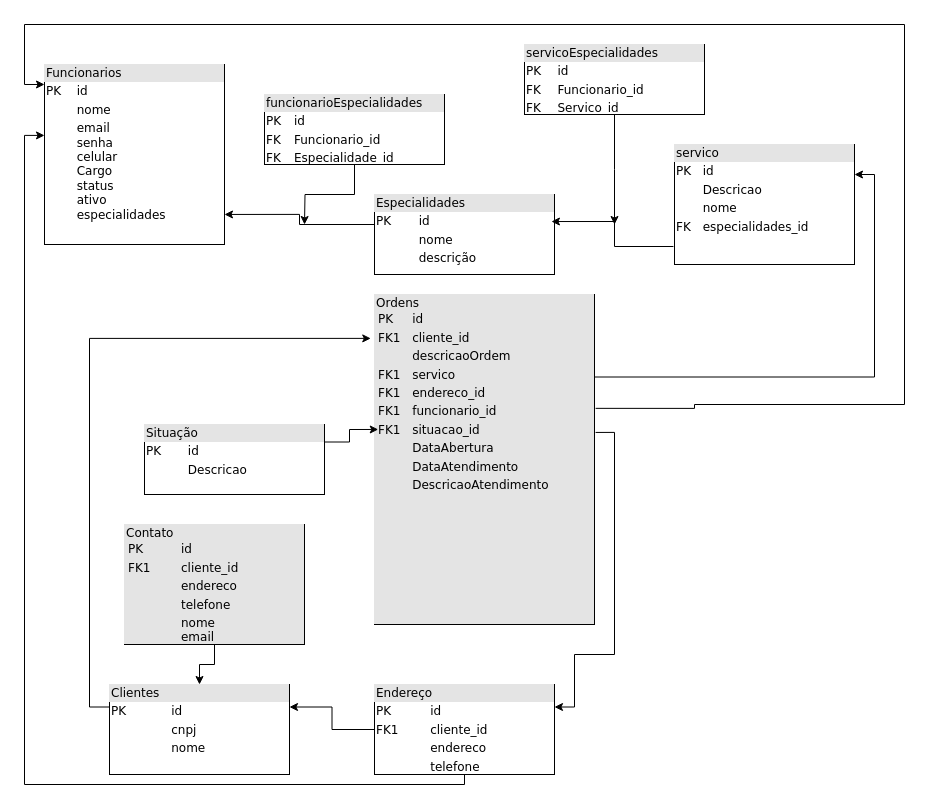
This is banco de dados.drawio from S-I-G-O-S/planejamento, a draw.io file, before an edit. Source tidied: cells renumbered, new cells numbered last; positions are measured from the earlier drawing's top-left corner, leaving out a move shared by most shapes. Both pictures are drawn from the tidied source at 100%, with x=0, y=0 at pixel (24, 24).
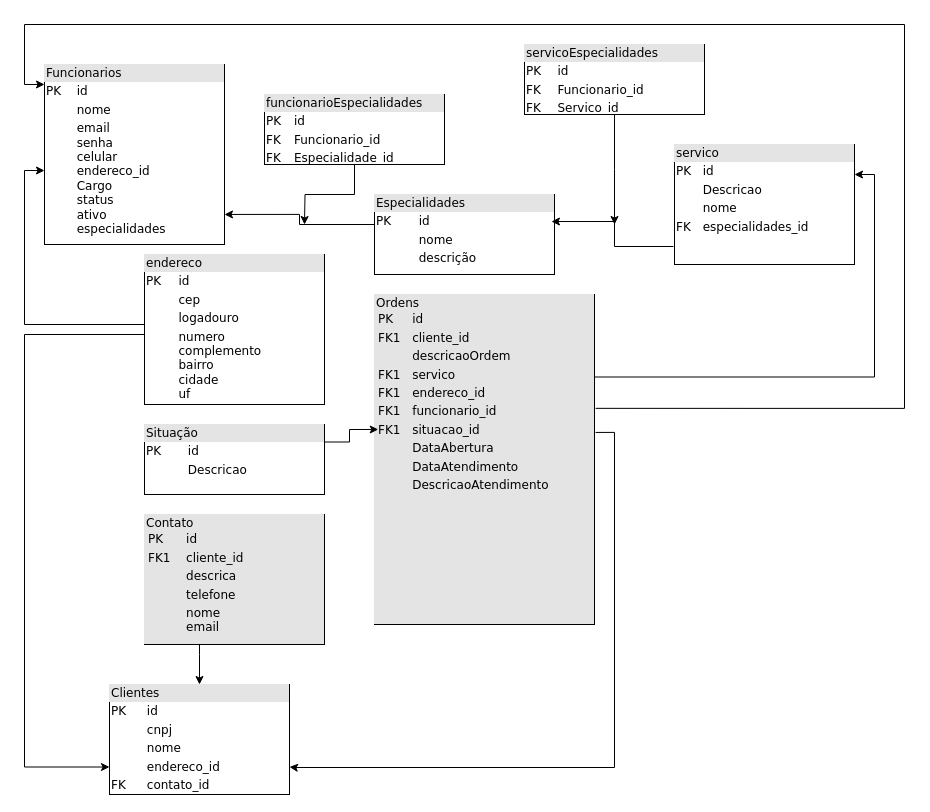
The same diagram, later.

Unchanged cells that the change refers to:
```xml
<mxCell id="7" value="&lt;div style=&quot;box-sizing: border-box ; width: 100% ; background: #e4e4e4 ; padding: 2px&quot;&gt;Ordens&lt;table style=&quot;background-color: initial; font-size: 1em; width: 100%;&quot; cellpadding=&quot;2&quot; cellspacing=&quot;0&quot;&gt;&lt;tbody&gt;&lt;tr&gt;&lt;td&gt;PK&lt;/td&gt;&lt;td&gt;id&lt;/td&gt;&lt;/tr&gt;&lt;tr&gt;&lt;td&gt;FK1&lt;/td&gt;&lt;td&gt;cliente_id&lt;/td&gt;&lt;/tr&gt;&lt;tr&gt;&lt;td&gt;&lt;/td&gt;&lt;td&gt;descricaoOrdem&lt;/td&gt;&lt;/tr&gt;&lt;tr&gt;&lt;td&gt;FK1&lt;br&gt;&lt;/td&gt;&lt;td&gt;servico&lt;br&gt;&lt;/td&gt;&lt;/tr&gt;&lt;tr&gt;&lt;td&gt;FK1&lt;br&gt;&lt;/td&gt;&lt;td&gt;endereco_id&lt;/td&gt;&lt;/tr&gt;&lt;tr&gt;&lt;td&gt;FK1&lt;br&gt;&lt;/td&gt;&lt;td&gt;funcionario_id&lt;br&gt;&lt;/td&gt;&lt;/tr&gt;&lt;tr&gt;&lt;td&gt;FK1&lt;br&gt;&lt;/td&gt;&lt;td&gt;situacao_id&lt;br&gt;&lt;/td&gt;&lt;/tr&gt;&lt;tr&gt;&lt;td&gt;&lt;br&gt;&lt;/td&gt;&lt;td&gt;DataAbertura&lt;/td&gt;&lt;/tr&gt;&lt;tr&gt;&lt;td&gt;&lt;br&gt;&lt;/td&gt;&lt;td&gt;DataAtendimento&lt;/td&gt;&lt;/tr&gt;&lt;tr&gt;&lt;td&gt;&lt;br&gt;&lt;/td&gt;&lt;td&gt;DescricaoAtendimento&lt;/td&gt;&lt;/tr&gt;&lt;tr&gt;&lt;td&gt;&lt;br&gt;&lt;/td&gt;&lt;td&gt;&lt;br&gt;&lt;/td&gt;&lt;/tr&gt;&lt;tr&gt;&lt;td&gt;&lt;br&gt;&lt;/td&gt;&lt;td&gt;&lt;br&gt;&lt;/td&gt;&lt;/tr&gt;&lt;tr&gt;&lt;td&gt;&lt;br&gt;&lt;/td&gt;&lt;td&gt;&lt;br&gt;&lt;/td&gt;&lt;/tr&gt;&lt;tr&gt;&lt;td&gt;&lt;br&gt;&lt;/td&gt;&lt;td&gt;&lt;br&gt;&lt;/td&gt;&lt;/tr&gt;&lt;tr&gt;&lt;td&gt;&lt;br&gt;&lt;/td&gt;&lt;td&gt;&lt;br&gt;&lt;/td&gt;&lt;/tr&gt;&lt;tr&gt;&lt;td&gt;&lt;br&gt;&lt;/td&gt;&lt;td&gt;&lt;br&gt;&lt;/td&gt;&lt;/tr&gt;&lt;tr&gt;&lt;td&gt;&lt;br&gt;&lt;/td&gt;&lt;td&gt;&lt;br&gt;&lt;/td&gt;&lt;/tr&gt;&lt;/tbody&gt;&lt;/table&gt;&lt;/div&gt;" style="verticalAlign=top;align=left;overflow=fill;html=1;rounded=0;shadow=0;comic=0;labelBackgroundColor=none;strokeWidth=1;fontFamily=Verdana;fontSize=12;" parent="1" vertex="1">
  <mxGeometry x="350" y="270" width="220" height="330" as="geometry" />
</mxCell>
```

Change to the diagram source:
```diff
@@
-    <mxCell id="2" value="&lt;div style=&quot;box-sizing:border-box;width:100%;background:#e4e4e4;padding:2px;&quot;&gt;Funcionarios&lt;/div&gt;&lt;table style=&quot;width:100%;font-size:1em;&quot; cellpadding=&quot;2&quot; cellspacing=&quot;0&quot;&gt;&lt;tbody&gt;&lt;tr&gt;&lt;td&gt;PK&lt;/td&gt;&lt;td&gt;id&lt;br&gt;&lt;/td&gt;&lt;/tr&gt;&lt;tr&gt;&lt;td&gt;&lt;br&gt;&lt;/td&gt;&lt;td&gt;nome&lt;/td&gt;&lt;/tr&gt;&lt;tr&gt;&lt;td&gt;&lt;/td&gt;&lt;td&gt;email&lt;br&gt;senha&lt;br&gt;celular&lt;br&gt;Cargo&lt;br&gt;status&lt;br&gt;ativo&lt;br&gt;especialidades&lt;/td&gt;&lt;/tr&gt;&lt;/tbody&gt;&lt;/table&gt;" style="verticalAlign=top;align=left;overflow=fill;html=1;rounded=0;shadow=0;comic=0;labelBackgroundColor=none;strokeWidth=1;fontFamily=Verdana;fontSize=12;" parent="1" vertex="1">
+    <mxCell id="2" value="&lt;div style=&quot;box-sizing:border-box;width:100%;background:#e4e4e4;padding:2px;&quot;&gt;Funcionarios&lt;/div&gt;&lt;table style=&quot;width:100%;font-size:1em;&quot; cellpadding=&quot;2&quot; cellspacing=&quot;0&quot;&gt;&lt;tbody&gt;&lt;tr&gt;&lt;td&gt;PK&lt;/td&gt;&lt;td&gt;id&lt;br&gt;&lt;/td&gt;&lt;/tr&gt;&lt;tr&gt;&lt;td&gt;&lt;br&gt;&lt;/td&gt;&lt;td&gt;nome&lt;/td&gt;&lt;/tr&gt;&lt;tr&gt;&lt;td&gt;&lt;/td&gt;&lt;td&gt;email&lt;br&gt;senha&lt;br&gt;celular&lt;br&gt;endereco_id&lt;br&gt;Cargo&lt;br&gt;status&lt;br&gt;ativo&lt;br&gt;especialidades&lt;/td&gt;&lt;/tr&gt;&lt;/tbody&gt;&lt;/table&gt;" style="verticalAlign=top;align=left;overflow=fill;html=1;rounded=0;shadow=0;comic=0;labelBackgroundColor=none;strokeWidth=1;fontFamily=Verdana;fontSize=12;" parent="1" vertex="1">
       <mxGeometry x="20" y="40" width="180" height="180" as="geometry" />
     </mxCell>
@@
-    <mxCell id="4" value="&lt;div style=&quot;box-sizing: border-box ; width: 100% ; background: #e4e4e4 ; padding: 2px&quot;&gt;Clientes&lt;/div&gt;&lt;table style=&quot;width: 100% ; font-size: 1em&quot; cellpadding=&quot;2&quot; cellspacing=&quot;0&quot;&gt;&lt;tbody&gt;&lt;tr&gt;&lt;td&gt;PK&lt;/td&gt;&lt;td&gt;id&lt;/td&gt;&lt;/tr&gt;&lt;tr&gt;&lt;td&gt;&lt;br&gt;&lt;/td&gt;&lt;td&gt;cnpj&lt;/td&gt;&lt;/tr&gt;&lt;tr&gt;&lt;td&gt;&lt;/td&gt;&lt;td&gt;nome&lt;/td&gt;&lt;/tr&gt;&lt;tr&gt;&lt;td&gt;&lt;br&gt;&lt;/td&gt;&lt;td&gt;&lt;br&gt;&lt;/td&gt;&lt;/tr&gt;&lt;/tbody&gt;&lt;/table&gt;" style="verticalAlign=top;align=left;overflow=fill;html=1;rounded=0;shadow=0;comic=0;labelBackgroundColor=none;strokeWidth=1;fontFamily=Verdana;fontSize=12;" parent="1" vertex="1">
-      <mxGeometry x="85" y="660" width="180" height="90" as="geometry" />
+    <mxCell id="4" value="&lt;div style=&quot;box-sizing: border-box ; width: 100% ; background: #e4e4e4 ; padding: 2px&quot;&gt;Clientes&lt;/div&gt;&lt;table style=&quot;width: 100% ; font-size: 1em&quot; cellpadding=&quot;2&quot; cellspacing=&quot;0&quot;&gt;&lt;tbody&gt;&lt;tr&gt;&lt;td&gt;PK&lt;/td&gt;&lt;td&gt;id&lt;/td&gt;&lt;/tr&gt;&lt;tr&gt;&lt;td&gt;&lt;br&gt;&lt;/td&gt;&lt;td&gt;cnpj&lt;/td&gt;&lt;/tr&gt;&lt;tr&gt;&lt;td&gt;&lt;/td&gt;&lt;td&gt;nome&lt;/td&gt;&lt;/tr&gt;&lt;tr&gt;&lt;td&gt;&lt;br&gt;&lt;/td&gt;&lt;td&gt;endereco_id&lt;/td&gt;&lt;/tr&gt;&lt;tr&gt;&lt;td&gt;FK&lt;/td&gt;&lt;td&gt;contato_id&lt;/td&gt;&lt;/tr&gt;&lt;/tbody&gt;&lt;/table&gt;" style="verticalAlign=top;align=left;overflow=fill;html=1;rounded=0;shadow=0;comic=0;labelBackgroundColor=none;strokeWidth=1;fontFamily=Verdana;fontSize=12;" parent="1" vertex="1">
+      <mxGeometry x="85" y="660" width="180" height="110" as="geometry" />
     </mxCell>
@@
-    <mxCell id="6" style="edgeStyle=orthogonalEdgeStyle;rounded=0;jettySize=auto;html=1;entryX=1;entryY=0.25;entryDx=0;entryDy=0;exitX=1.005;exitY=0.418;exitDx=0;exitDy=0;exitPerimeter=0;" parent="1" edge="1" source="7" target="10">
+    <mxCell id="6" style="edgeStyle=orthogonalEdgeStyle;rounded=0;jettySize=auto;html=1;entryX=1;entryY=0.75;entryDx=0;entryDy=0;exitX=1.005;exitY=0.418;exitDx=0;exitDy=0;exitPerimeter=0;" parent="1" edge="1" source="7" target="4">
       <mxGeometry relative="1" as="geometry">
         <Array as="points">
           <mxPoint x="590" y="408" />
-          <mxPoint x="590" y="630" />
-          <mxPoint x="550" y="630" />
-          <mxPoint x="550" y="683" />
+          <mxPoint x="590" y="743" />
+          <mxPoint x="270" y="743" />
         </Array>
       </mxGeometry>
     </mxCell>
@@
-    <mxCell id="9" style="edgeStyle=orthogonalEdgeStyle;rounded=0;jettySize=auto;html=1;entryX=1;entryY=0.25;entryDx=0;entryDy=0;exitX=0;exitY=0.5;exitDx=0;exitDy=0;" parent="1" edge="1" source="10" target="4">
-      <mxGeometry relative="1" as="geometry" />
-    </mxCell>
-    <mxCell id="10" value="&lt;div style=&quot;box-sizing: border-box ; width: 100% ; background: #e4e4e4 ; padding: 2px&quot;&gt;Endereço&lt;/div&gt;&lt;table style=&quot;width: 100% ; font-size: 1em&quot; cellpadding=&quot;2&quot; cellspacing=&quot;0&quot;&gt;&lt;tbody&gt;&lt;tr&gt;&lt;td&gt;PK&lt;/td&gt;&lt;td&gt;id&lt;/td&gt;&lt;/tr&gt;&lt;tr&gt;&lt;td&gt;FK1&lt;/td&gt;&lt;td&gt;cliente_id&lt;/td&gt;&lt;/tr&gt;&lt;tr&gt;&lt;td&gt;&lt;/td&gt;&lt;td&gt;endereco&lt;/td&gt;&lt;/tr&gt;&lt;tr&gt;&lt;td&gt;&lt;br&gt;&lt;/td&gt;&lt;td&gt;telefone&lt;/td&gt;&lt;/tr&gt;&lt;tr&gt;&lt;td&gt;&lt;br&gt;&lt;/td&gt;&lt;td&gt;&lt;br&gt;&lt;/td&gt;&lt;/tr&gt;&lt;tr&gt;&lt;td&gt;&lt;br&gt;&lt;/td&gt;&lt;td&gt;&lt;br&gt;&lt;/td&gt;&lt;/tr&gt;&lt;/tbody&gt;&lt;/table&gt;" style="verticalAlign=top;align=left;overflow=fill;html=1;rounded=0;shadow=0;comic=0;labelBackgroundColor=none;strokeWidth=1;fontFamily=Verdana;fontSize=12;" parent="1" vertex="1">
-      <mxGeometry x="350" y="660" width="180" height="90" as="geometry" />
-    </mxCell>
@@
-    <mxCell id="19" style="edgeStyle=orthogonalEdgeStyle;rounded=0;jettySize=auto;html=1;exitX=0;exitY=0.25;exitDx=0;exitDy=0;entryX=-0.017;entryY=0.133;entryDx=0;entryDy=0;entryPerimeter=0;" parent="1" edge="1" source="4" target="7">
-      <mxGeometry relative="1" as="geometry">
-        <Array as="points">
-          <mxPoint x="65" y="683" />
-          <mxPoint x="65" y="314" />
-        </Array>
-      </mxGeometry>
-    </mxCell>
@@
     <mxCell id="21" style="edgeStyle=orthogonalEdgeStyle;rounded=0;jettySize=auto;html=1;entryX=0;entryY=0.111;entryDx=0;entryDy=0;entryPerimeter=0;exitX=1.005;exitY=0.345;exitDx=0;exitDy=0;exitPerimeter=0;" parent="1" edge="1" source="7" target="2">
       <mxGeometry relative="1" as="geometry">
         <Array as="points">
-          <mxPoint x="670" y="384" />
-          <mxPoint x="670" y="380" />
-          <mxPoint x="880" y="380" />
+          <mxPoint x="880" y="384" />
           <mxPoint x="880" />
           <mxPoint />
           <mxPoint y="60" />
         </Array>
       </mxGeometry>
     </mxCell>
     <mxCell id="22" style="edgeStyle=orthogonalEdgeStyle;rounded=0;jettySize=auto;html=1;entryX=0.5;entryY=0;entryDx=0;entryDy=0;" parent="1" edge="1" source="23" target="4">
-      <mxGeometry relative="1" as="geometry" />
+      <mxGeometry relative="1" as="geometry">
+        <Array as="points">
+          <mxPoint x="175" y="630" />
+          <mxPoint x="175" y="630" />
+        </Array>
+      </mxGeometry>
     </mxCell>
-    <mxCell id="23" value="&lt;div style=&quot;box-sizing: border-box ; width: 100% ; background: #e4e4e4 ; padding: 2px&quot;&gt;Contato&lt;table style=&quot;background-color: initial; font-size: 1em; width: 100%;&quot; cellpadding=&quot;2&quot; cellspacing=&quot;0&quot;&gt;&lt;tbody&gt;&lt;tr&gt;&lt;td&gt;PK&lt;/td&gt;&lt;td&gt;id&lt;/td&gt;&lt;/tr&gt;&lt;tr&gt;&lt;td&gt;FK1&lt;/td&gt;&lt;td&gt;cliente_id&lt;/td&gt;&lt;/tr&gt;&lt;tr&gt;&lt;td&gt;&lt;/td&gt;&lt;td&gt;endereco&lt;/td&gt;&lt;/tr&gt;&lt;tr&gt;&lt;td&gt;&lt;br&gt;&lt;/td&gt;&lt;td&gt;telefone&lt;/td&gt;&lt;/tr&gt;&lt;tr&gt;&lt;td&gt;&lt;br&gt;&lt;/td&gt;&lt;td&gt;nome&lt;br&gt;email&lt;/td&gt;&lt;/tr&gt;&lt;tr&gt;&lt;td&gt;&lt;br&gt;&lt;/td&gt;&lt;td&gt;&lt;br&gt;&lt;/td&gt;&lt;/tr&gt;&lt;/tbody&gt;&lt;/table&gt;&lt;/div&gt;" style="verticalAlign=top;align=left;overflow=fill;html=1;rounded=0;shadow=0;comic=0;labelBackgroundColor=none;strokeWidth=1;fontFamily=Verdana;fontSize=12;" parent="1" vertex="1">
-      <mxGeometry x="100" y="500" width="180" height="120" as="geometry" />
+    <mxCell id="23" value="&lt;div style=&quot;box-sizing: border-box ; width: 100% ; background: #e4e4e4 ; padding: 2px&quot;&gt;Contato&lt;table style=&quot;background-color: initial; font-size: 1em; width: 100%;&quot; cellpadding=&quot;2&quot; cellspacing=&quot;0&quot;&gt;&lt;tbody&gt;&lt;tr&gt;&lt;td&gt;PK&lt;/td&gt;&lt;td&gt;id&lt;/td&gt;&lt;/tr&gt;&lt;tr&gt;&lt;td&gt;FK1&lt;/td&gt;&lt;td&gt;cliente_id&lt;/td&gt;&lt;/tr&gt;&lt;tr&gt;&lt;td&gt;&lt;/td&gt;&lt;td&gt;descrica&lt;span style=&quot;white-space: pre;&quot;&gt;&#9;&lt;/span&gt;&lt;span style=&quot;white-space: pre;&quot;&gt;&#9;&lt;/span&gt;&lt;/td&gt;&lt;/tr&gt;&lt;tr&gt;&lt;td&gt;&lt;br&gt;&lt;/td&gt;&lt;td&gt;telefone&lt;/td&gt;&lt;/tr&gt;&lt;tr&gt;&lt;td&gt;&lt;br&gt;&lt;/td&gt;&lt;td&gt;nome&lt;br&gt;email&lt;/td&gt;&lt;/tr&gt;&lt;tr&gt;&lt;td&gt;&lt;br&gt;&lt;/td&gt;&lt;td&gt;&lt;br&gt;&lt;/td&gt;&lt;/tr&gt;&lt;/tbody&gt;&lt;/table&gt;&lt;/div&gt;" style="verticalAlign=top;align=left;overflow=fill;html=1;rounded=0;shadow=0;comic=0;labelBackgroundColor=none;strokeWidth=1;fontFamily=Verdana;fontSize=12;" parent="1" vertex="1">
+      <mxGeometry x="120" y="490" width="180" height="130" as="geometry" />
     </mxCell>
-    <mxCell id="24" style="edgeStyle=orthogonalEdgeStyle;rounded=0;jettySize=auto;html=1;entryX=0;entryY=0.394;entryDx=0;entryDy=0;entryPerimeter=0;" parent="1" edge="1" source="10" target="2">
-      <mxGeometry relative="1" as="geometry">
-        <Array as="points">
-          <mxPoint x="440" y="760" />
-          <mxPoint y="760" />
-          <mxPoint y="111" />
-        </Array>
-      </mxGeometry>
-    </mxCell>
+    <mxCell id="25" style="edgeStyle=orthogonalEdgeStyle;rounded=0;jettySize=auto;html=1;entryX=0;entryY=0.75;entryDx=0;entryDy=0;" parent="1" edge="1" target="4">
+      <mxGeometry relative="1" as="geometry">
+        <mxPoint x="120" y="310" as="sourcePoint" />
+        <Array as="points">
+          <mxPoint y="310" />
+          <mxPoint y="743" />
+        </Array>
+      </mxGeometry>
+    </mxCell>
+    <mxCell id="26" value="&lt;div style=&quot;box-sizing:border-box;width:100%;background:#e4e4e4;padding:2px;&quot;&gt;endereco&lt;/div&gt;&lt;table style=&quot;width:100%;font-size:1em;&quot; cellpadding=&quot;2&quot; cellspacing=&quot;0&quot;&gt;&lt;tbody&gt;&lt;tr&gt;&lt;td&gt;PK&lt;/td&gt;&lt;td&gt;id&lt;/td&gt;&lt;/tr&gt;&lt;tr&gt;&lt;td&gt;&lt;br&gt;&lt;/td&gt;&lt;td&gt;cep&lt;/td&gt;&lt;/tr&gt;&lt;tr&gt;&lt;td&gt;&lt;br&gt;&lt;/td&gt;&lt;td&gt;logadouro&lt;/td&gt;&lt;/tr&gt;&lt;tr&gt;&lt;td&gt;&lt;br&gt;&lt;/td&gt;&lt;td&gt;numero&lt;br&gt;complemento&lt;br&gt;bairro&lt;br&gt;cidade&lt;br&gt;uf&lt;/td&gt;&lt;/tr&gt;&lt;tr&gt;&lt;td&gt;&lt;/td&gt;&lt;td&gt;&lt;br&gt;&lt;/td&gt;&lt;/tr&gt;&lt;/tbody&gt;&lt;/table&gt;" style="verticalAlign=top;align=left;overflow=fill;html=1;rounded=0;shadow=0;comic=0;labelBackgroundColor=none;strokeWidth=1;fontFamily=Verdana;fontSize=12;" parent="1" vertex="1">
+      <mxGeometry x="120" y="230" width="180" height="150" as="geometry" />
+    </mxCell>
+    <mxCell id="27" style="edgeStyle=orthogonalEdgeStyle;rounded=0;jettySize=auto;html=1;entryX=0;entryY=0.589;entryDx=0;entryDy=0;entryPerimeter=0;exitX=0;exitY=0.5;exitDx=0;exitDy=0;" parent="1" edge="1" source="26" target="2">
+      <mxGeometry relative="1" as="geometry">
+        <Array as="points">
+          <mxPoint x="120" y="300" />
+          <mxPoint y="300" />
+          <mxPoint y="146" />
+        </Array>
+      </mxGeometry>
+    </mxCell>
```
